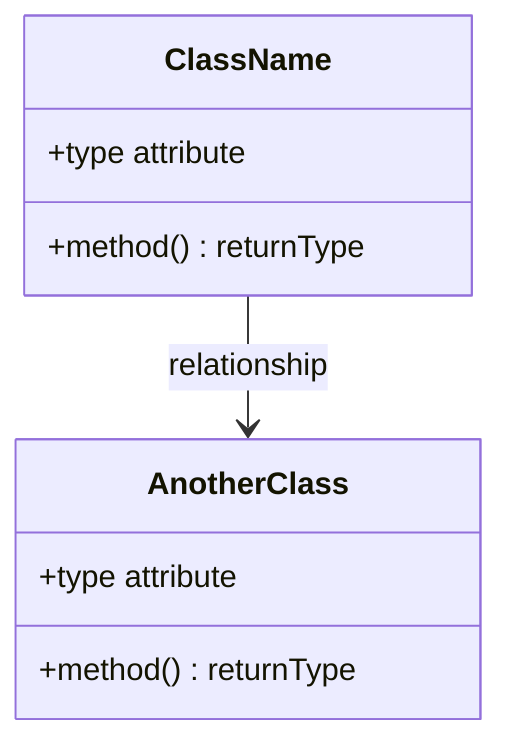
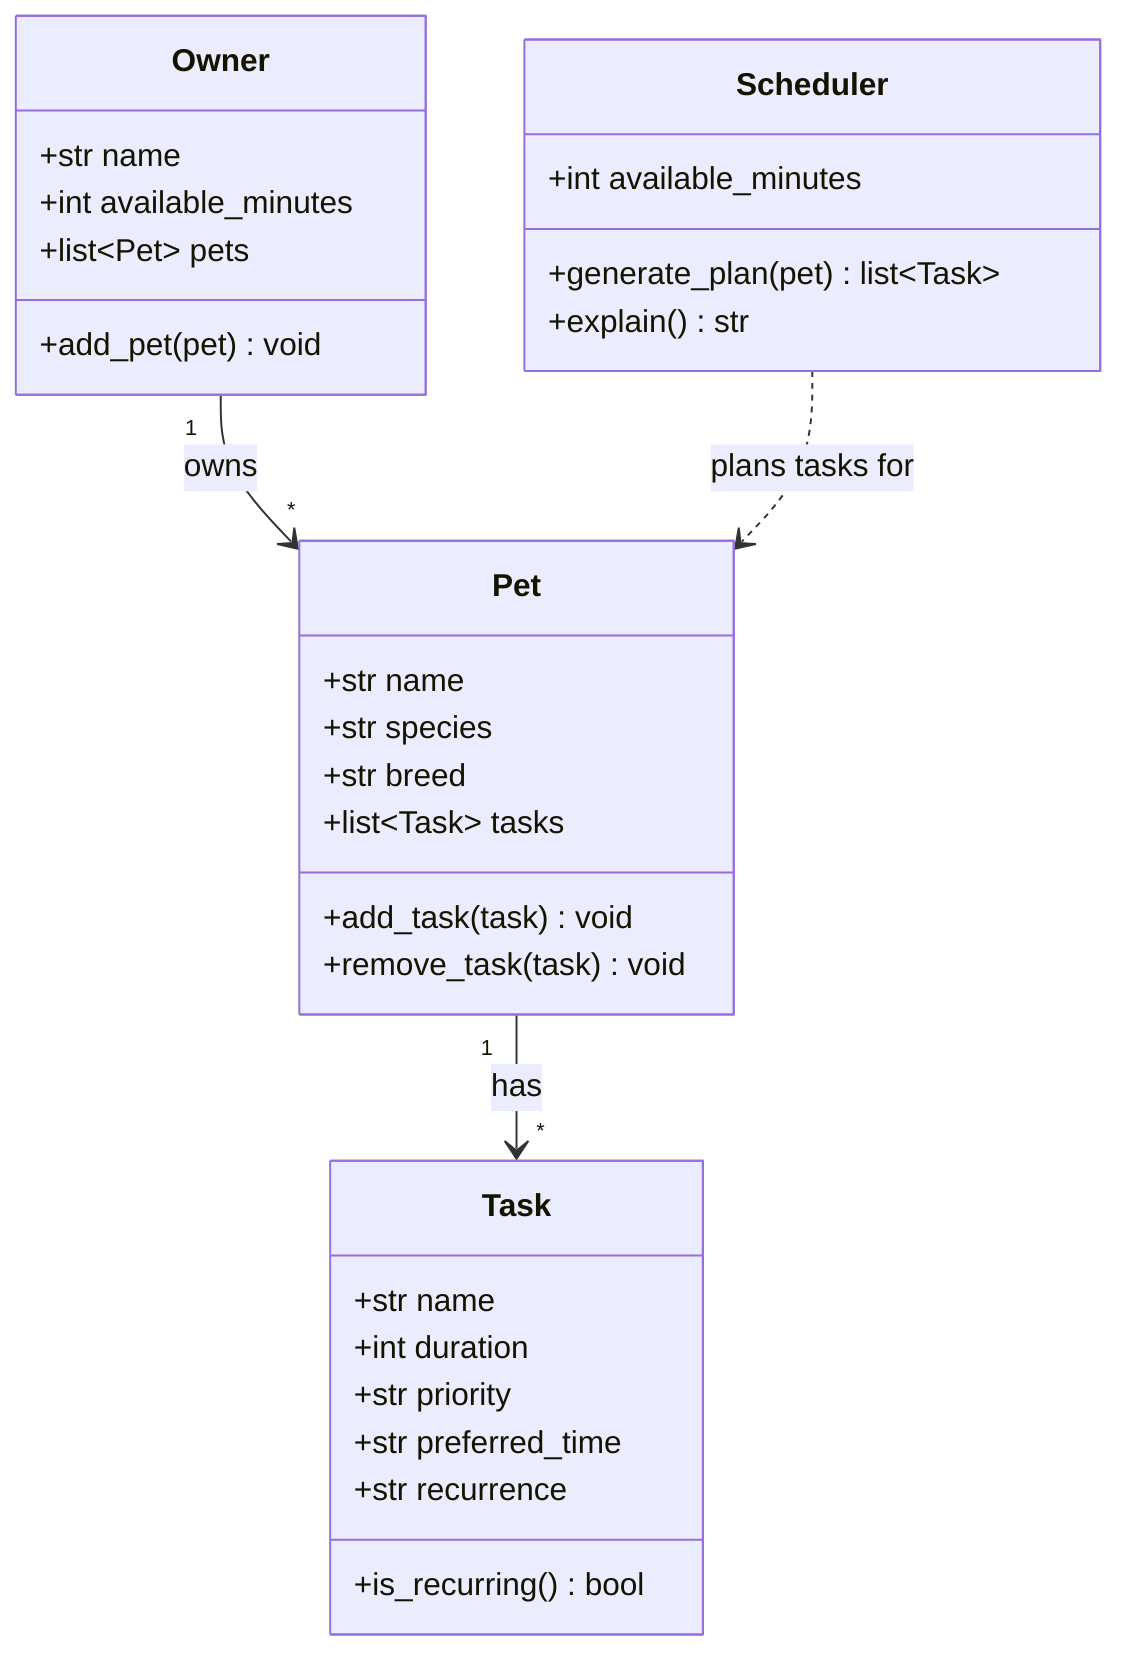
classDiagram
-     %% Replace the placeholders below with your actual classes, attributes, methods, and relationships.
-     %% Keep this file updated so it matches your final implementation.
+     %% PawPal+ class design. Keep this updated so it matches the final implementation.

-     class ClassName {
-         +type attribute
-         +method() returnType
+     class Owner {
+         +str name
+         +int available_minutes
+         +list~Pet~ pets
+         +add_pet(pet) void
    }

-     class AnotherClass {
-         +type attribute
-         +method() returnType
+     class Pet {
+         +str name
+         +str species
+         +str breed
+         +list~Task~ tasks
+         +add_task(task) void
+         +remove_task(task) void
    }

-     ClassName --> AnotherClass : relationship
+     class Task {
+         +str name
+         +int duration
+         +str priority
+         +str preferred_time
+         +str recurrence
+         +is_recurring() bool
+     }
+ 
+     class Scheduler {
+         +int available_minutes
+         +generate_plan(pet) list~Task~
+         +explain() str
+     }
+ 
+     Owner "1" --> "*" Pet : owns
+     Pet "1" --> "*" Task : has
+     Scheduler ..> Pet : plans tasks for
